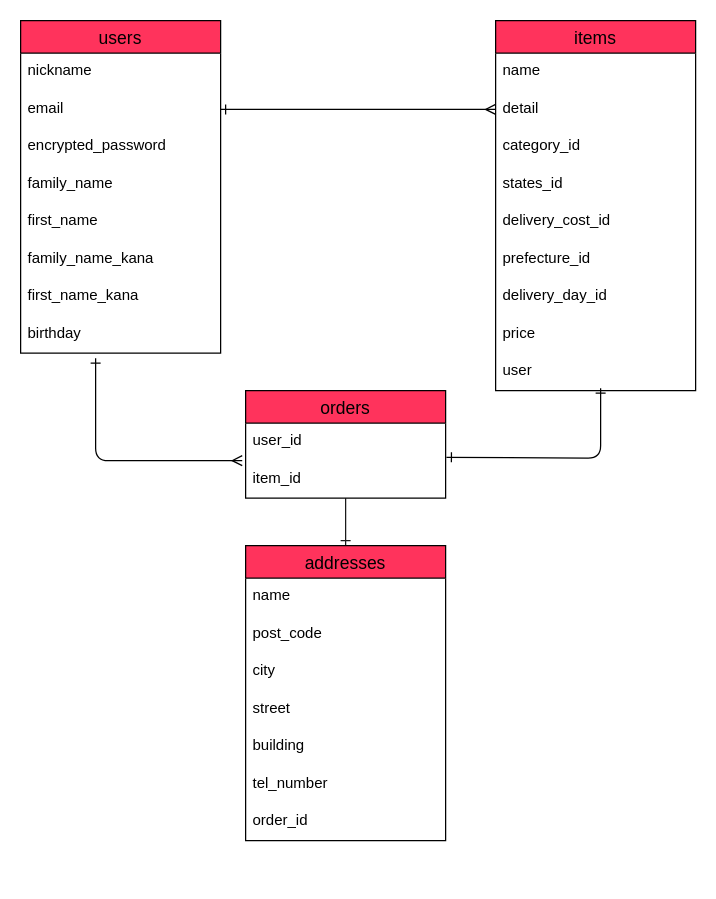
This is ER.dio from yoshida0835/furima-39605, a draw.io file, before an edit. Source tidied: cells renumbered, new cells numbered last; positions are measured from the earlier drawing's top-left corner, leaving out a move shared by most shapes. Both pictures are drawn from the tidied source at 125%, with x=0, y=0 at pixel (20, 20).
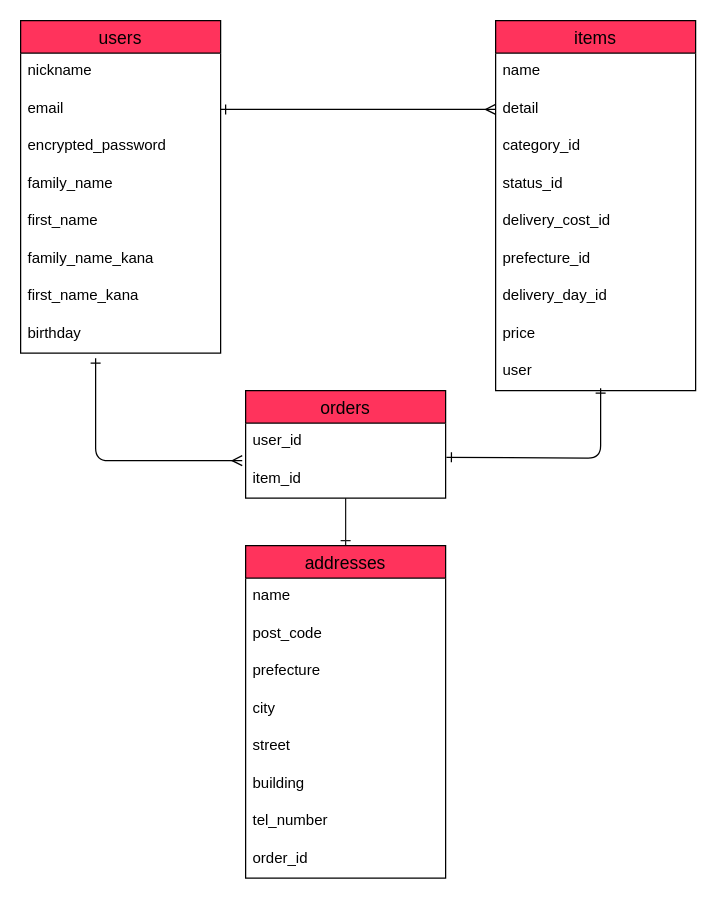
The same diagram, later.

The change refers to these unchanged cells:
```xml
<mxCell id="11" value="items" style="swimlane;fontStyle=0;horizontal=1;startSize=26;align=center;fontSize=14;fillColor=#FF335C;swimlaneFillColor=default;" parent="1" vertex="1">
  <mxGeometry x="380" width="160" height="296" as="geometry" />
</mxCell>
```

The edit, as a diff of the source:
```diff
@@
-    <mxCell id="15" value="states_id" style="text;spacingLeft=4;spacingRight=4;overflow=hidden;fontSize=12;" parent="11" vertex="1">
+    <mxCell id="15" value="status_id" style="text;spacingLeft=4;spacingRight=4;overflow=hidden;fontSize=12;" parent="11" vertex="1">
       <mxGeometry y="116" width="160" height="30" as="geometry" />
     </mxCell>
@@
     <mxCell id="22" value="addresses" style="swimlane;fontStyle=0;horizontal=1;startSize=26;align=center;fontSize=14;fillColor=#FF335C;swimlaneFillColor=default;" parent="1" vertex="1">
-      <mxGeometry x="180" y="420" width="160" height="236" as="geometry" />
+      <mxGeometry x="180" y="420" width="160" height="266" as="geometry" />
     </mxCell>
@@
+    <mxCell id="36" value="prefecture" style="text;spacingLeft=4;spacingRight=4;overflow=hidden;fontSize=12;" parent="22" vertex="1">
+      <mxGeometry y="86" width="160" height="30" as="geometry" />
+    </mxCell>
     <mxCell id="25" value="city" style="text;spacingLeft=4;spacingRight=4;overflow=hidden;fontSize=12;" parent="22" vertex="1">
-      <mxGeometry y="86" width="160" height="30" as="geometry" />
+      <mxGeometry y="116" width="160" height="30" as="geometry" />
     </mxCell>
     <mxCell id="26" value="street" style="text;spacingLeft=4;spacingRight=4;overflow=hidden;fontSize=12;" parent="22" vertex="1">
-      <mxGeometry y="116" width="160" height="30" as="geometry" />
+      <mxGeometry y="146" width="160" height="30" as="geometry" />
     </mxCell>
     <mxCell id="27" value="building" style="text;spacingLeft=4;spacingRight=4;overflow=hidden;fontSize=12;" parent="22" vertex="1">
-      <mxGeometry y="146" width="160" height="30" as="geometry" />
+      <mxGeometry y="176" width="160" height="30" as="geometry" />
     </mxCell>
     <mxCell id="28" value="tel_number" style="text;spacingLeft=4;spacingRight=4;overflow=hidden;fontSize=12;" parent="22" vertex="1">
-      <mxGeometry y="176" width="160" height="30" as="geometry" />
+      <mxGeometry y="206" width="160" height="30" as="geometry" />
     </mxCell>
     <mxCell id="29" value="order_id" style="text;spacingLeft=4;spacingRight=4;overflow=hidden;fontSize=12;" parent="22" vertex="1">
-      <mxGeometry y="206" width="160" height="30" as="geometry" />
+      <mxGeometry y="236" width="160" height="30" as="geometry" />
     </mxCell>
```
